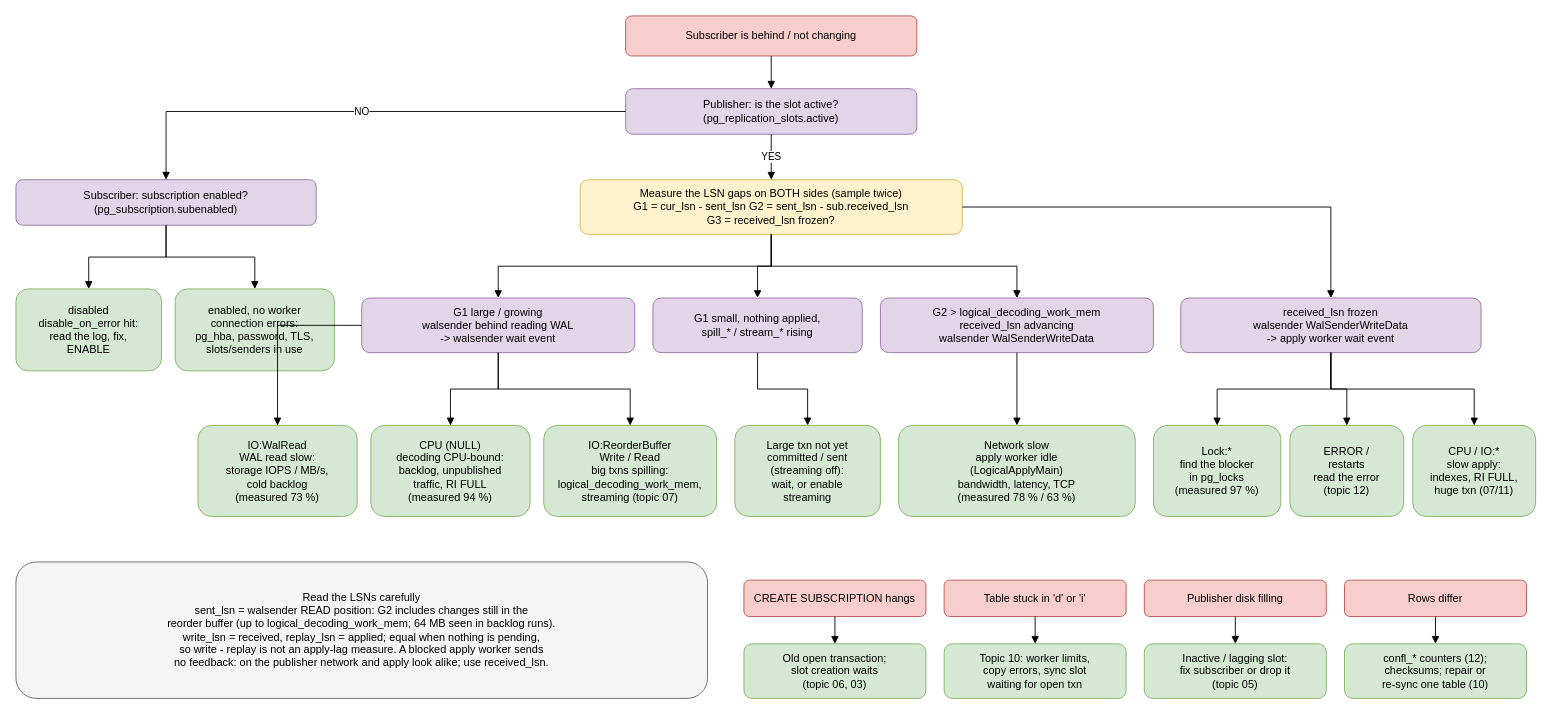
Above: Replication/LogicalReplication/diagrams/troubleshooting-tree.drawio in luodonghua/PostgreSQL (draw.io), before the change. Source tidied: cells renumbered, new cells numbered last; positions are measured from the earlier drawing's top-left corner, leaving out a move shared by most shapes. Both pictures are drawn from the tidied source at 91%, with x=0, y=0 at pixel (15, 15).
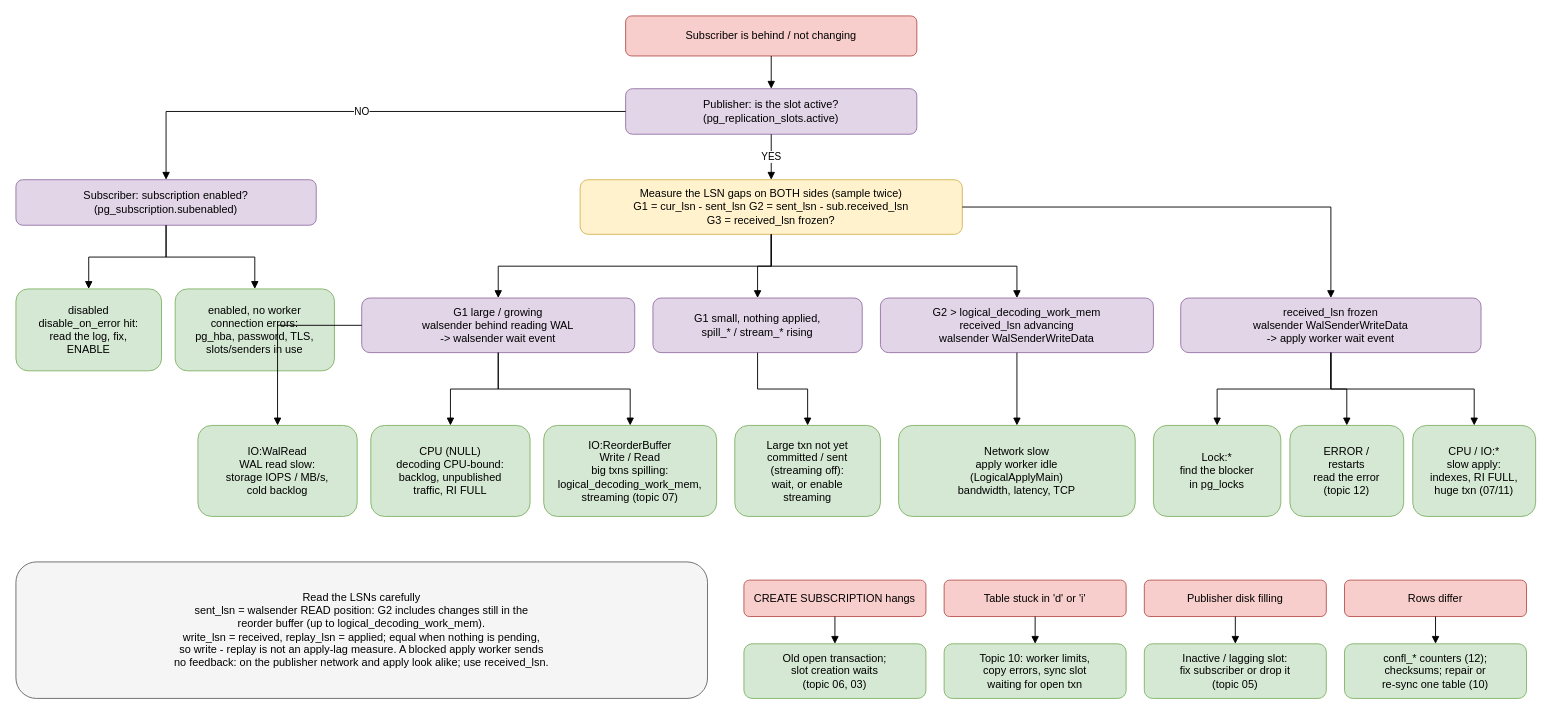
Above is the later version.

Commit message (it also covers changes not shown here):
Topic 14: drop environment-specific measured values from lag signatures and tree

What changed in the source:
```diff
@@
-    <mxCell id="12" value="IO:WalRead&lt;br&gt;WAL read slow:&lt;br&gt;storage IOPS / MB/s,&lt;br&gt;cold backlog&lt;br&gt;(measured 73 %)" style="rounded=1;whiteSpace=wrap;html=1;fillColor=#d5e8d4;strokeColor=#82b366;" parent="1" vertex="1">
+    <mxCell id="12" value="IO:WalRead&lt;br&gt;WAL read slow:&lt;br&gt;storage IOPS / MB/s,&lt;br&gt;cold backlog" style="rounded=1;whiteSpace=wrap;html=1;fillColor=#d5e8d4;strokeColor=#82b366;" parent="1" vertex="1">
       <mxGeometry x="200" y="450" width="175" height="100" as="geometry" />
     </mxCell>
-    <mxCell id="13" value="CPU (NULL)&lt;br&gt;decoding CPU-bound:&lt;br&gt;backlog, unpublished&lt;br&gt;traffic, RI FULL&lt;br&gt;(measured 94 %)" style="rounded=1;whiteSpace=wrap;html=1;fillColor=#d5e8d4;strokeColor=#82b366;" parent="1" vertex="1">
+    <mxCell id="13" value="CPU (NULL)&lt;br&gt;decoding CPU-bound:&lt;br&gt;backlog, unpublished&lt;br&gt;traffic, RI FULL" style="rounded=1;whiteSpace=wrap;html=1;fillColor=#d5e8d4;strokeColor=#82b366;" parent="1" vertex="1">
       <mxGeometry x="390" y="450" width="175" height="100" as="geometry" />
     </mxCell>
@@
-    <mxCell id="16" value="Network slow&lt;br&gt;apply worker idle&lt;br&gt;(LogicalApplyMain)&lt;br&gt;bandwidth, latency, TCP&lt;br&gt;(measured 78 % / 63 %)" style="rounded=1;whiteSpace=wrap;html=1;fillColor=#d5e8d4;strokeColor=#82b366;" parent="1" vertex="1">
+    <mxCell id="16" value="Network slow&lt;br&gt;apply worker idle&lt;br&gt;(LogicalApplyMain)&lt;br&gt;bandwidth, latency, TCP" style="rounded=1;whiteSpace=wrap;html=1;fillColor=#d5e8d4;strokeColor=#82b366;" parent="1" vertex="1">
       <mxGeometry x="970" y="450" width="260" height="100" as="geometry" />
     </mxCell>
-    <mxCell id="17" value="Lock:*&lt;br&gt;find the blocker&lt;br&gt;in pg_locks&lt;br&gt;(measured 97 %)" style="rounded=1;whiteSpace=wrap;html=1;fillColor=#d5e8d4;strokeColor=#82b366;" parent="1" vertex="1">
+    <mxCell id="17" value="Lock:*&lt;br&gt;find the blocker&lt;br&gt;in pg_locks" style="rounded=1;whiteSpace=wrap;html=1;fillColor=#d5e8d4;strokeColor=#82b366;" parent="1" vertex="1">
       <mxGeometry x="1250" y="450" width="140" height="100" as="geometry" />
     </mxCell>
@@
-    <mxCell id="20" value="Read the LSNs carefully&lt;br&gt;sent_lsn = walsender READ position: G2 includes changes still in the&lt;br&gt;reorder buffer (up to logical_decoding_work_mem; 64 MB seen in backlog runs).&lt;br&gt;write_lsn = received, replay_lsn = applied; equal when nothing is pending,&lt;br&gt;so write - replay is not an apply-lag measure. A blocked apply worker sends&lt;br&gt;no feedback: on the publisher network and apply look alike; use received_lsn." style="rounded=1;whiteSpace=wrap;html=1;fillColor=#f5f5f5;strokeColor=#666666;" parent="1" vertex="1">
+    <mxCell id="20" value="Read the LSNs carefully&lt;br&gt;sent_lsn = walsender READ position: G2 includes changes still in the&lt;br&gt;reorder buffer (up to logical_decoding_work_mem).&lt;br&gt;write_lsn = received, replay_lsn = applied; equal when nothing is pending,&lt;br&gt;so write - replay is not an apply-lag measure. A blocked apply worker sends&lt;br&gt;no feedback: on the publisher network and apply look alike; use received_lsn." style="rounded=1;whiteSpace=wrap;html=1;fillColor=#f5f5f5;strokeColor=#666666;" parent="1" vertex="1">
       <mxGeometry y="600" width="760" height="150" as="geometry" />
     </mxCell>
```
